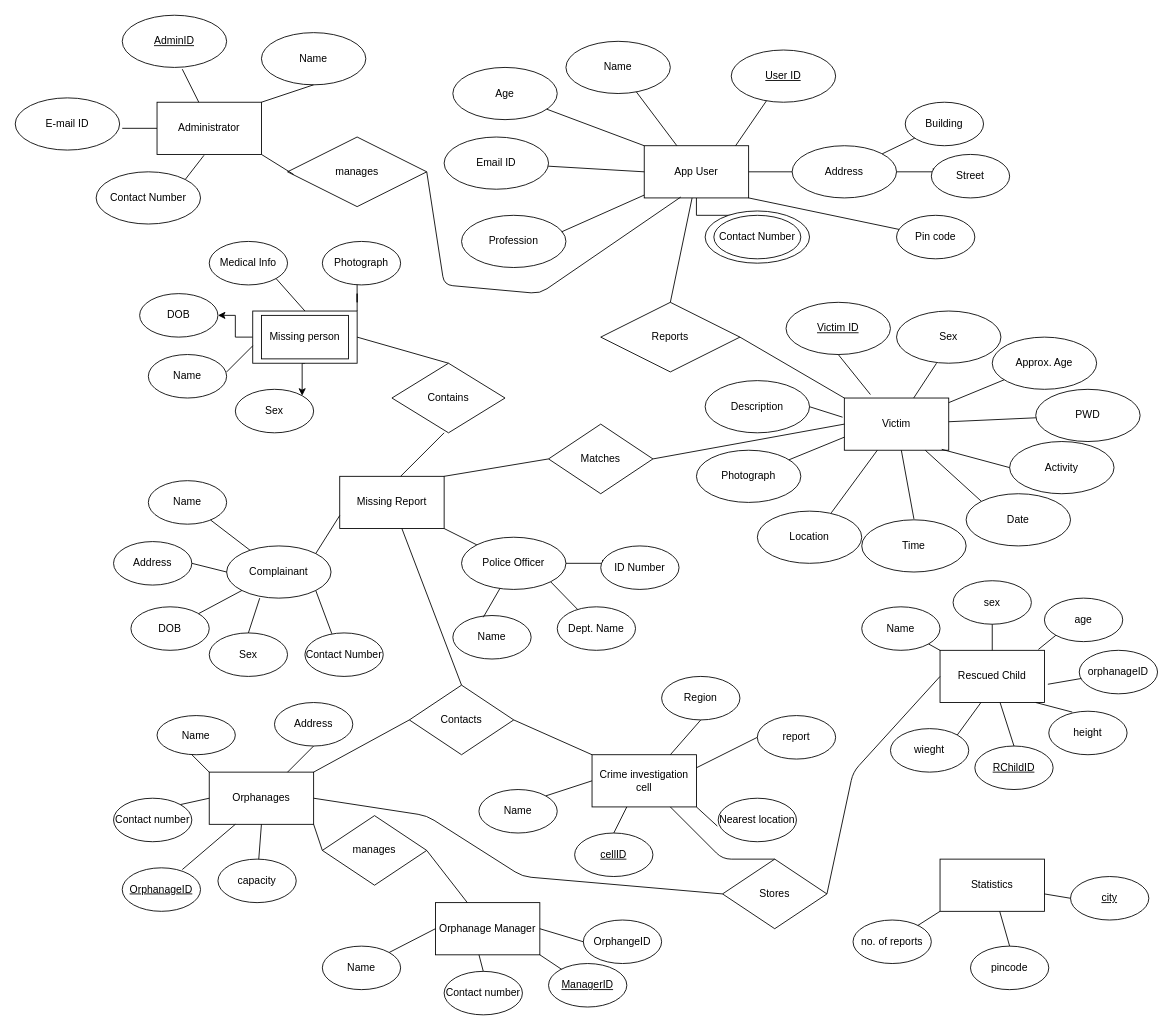
This is Untitled Diagram.drawio from bhargavisandur/QGIS, a draw.io file, before an edit. Source tidied: cells renumbered, new cells numbered last; positions are measured from the earlier drawing's top-left corner, leaving out a move shared by most shapes. Both pictures are drawn from the tidied source at 87%, with x=0, y=0 at pixel (15, 15).
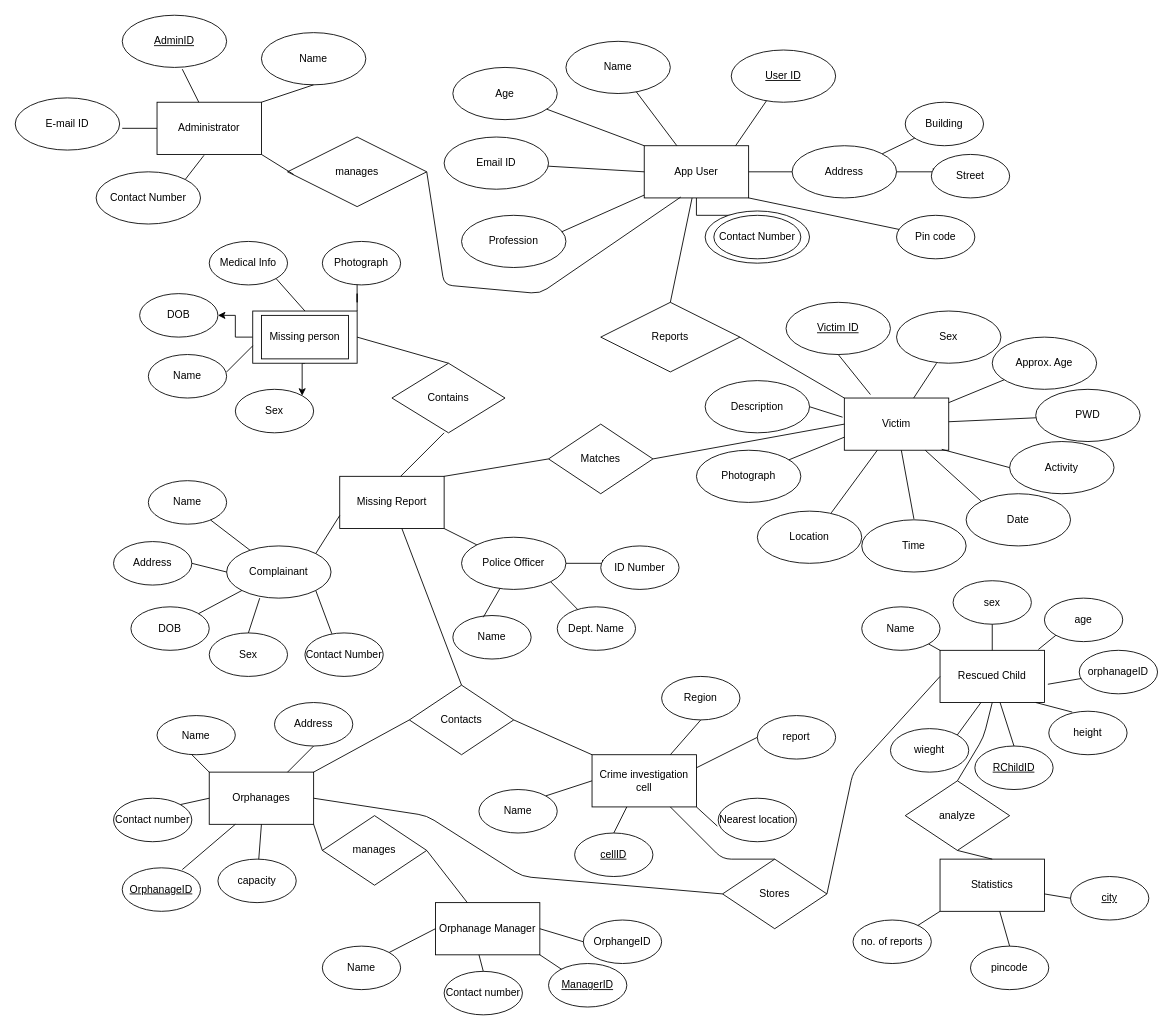
Above is the later version.

The change refers to these unchanged cells:
```xml
<mxCell id="99" value="Statistics" style="rounded=0;whiteSpace=wrap;html=1;" parent="1" vertex="1">
  <mxGeometry x="1063" y="970" width="120" height="60" as="geometry" />
</mxCell>
<mxCell id="100" value="Rescued Child" style="rounded=0;whiteSpace=wrap;html=1;" parent="1" vertex="1">
  <mxGeometry x="1063" y="730" width="120" height="60" as="geometry" />
</mxCell>
```

Change to the diagram source:
```diff
@@
+    <mxCell id="164" value="analyze" style="rhombus;whiteSpace=wrap;html=1;" parent="1" vertex="1">
+      <mxGeometry x="1023" y="880" width="120" height="80" as="geometry" />
+    </mxCell>
+    <mxCell id="165" style="endArrow=none;html=1;exitX=0.5;exitY=0;exitDx=0;exitDy=0;entryX=0.5;entryY=1;entryDx=0;entryDy=0;" parent="1" edge="1" source="99" target="164">
+      <mxGeometry relative="1" as="geometry" />
+    </mxCell>
+    <mxCell id="166" style="endArrow=none;html=1;entryX=0.5;entryY=1;entryDx=0;entryDy=0;exitX=0.5;exitY=0;exitDx=0;exitDy=0;" parent="1" edge="1" source="164" target="100">
+      <mxGeometry relative="1" as="geometry">
+        <Array as="points">
+          <mxPoint x="1113" y="830" />
+        </Array>
+      </mxGeometry>
+    </mxCell>
```
